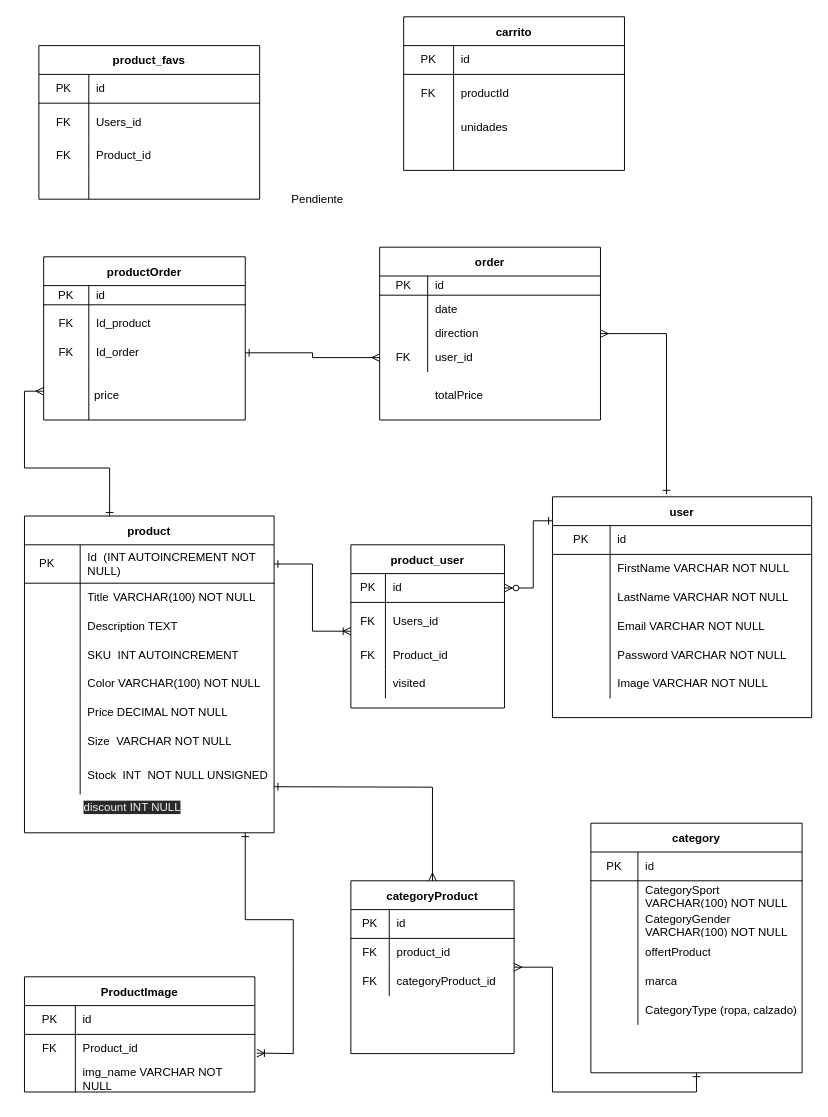
The draw.io diagram data/DER/Entity-Relation-Diagram.drawio in 0621CDFSNCN12LAED/grupo-08, before the edit. Source tidied: cells renumbered, new cells numbered last; positions are measured from the earlier drawing's top-left corner, leaving out a move shared by most shapes. Both pictures are drawn from the tidied source at 96%, with x=0, y=0 at pixel (24, 16).
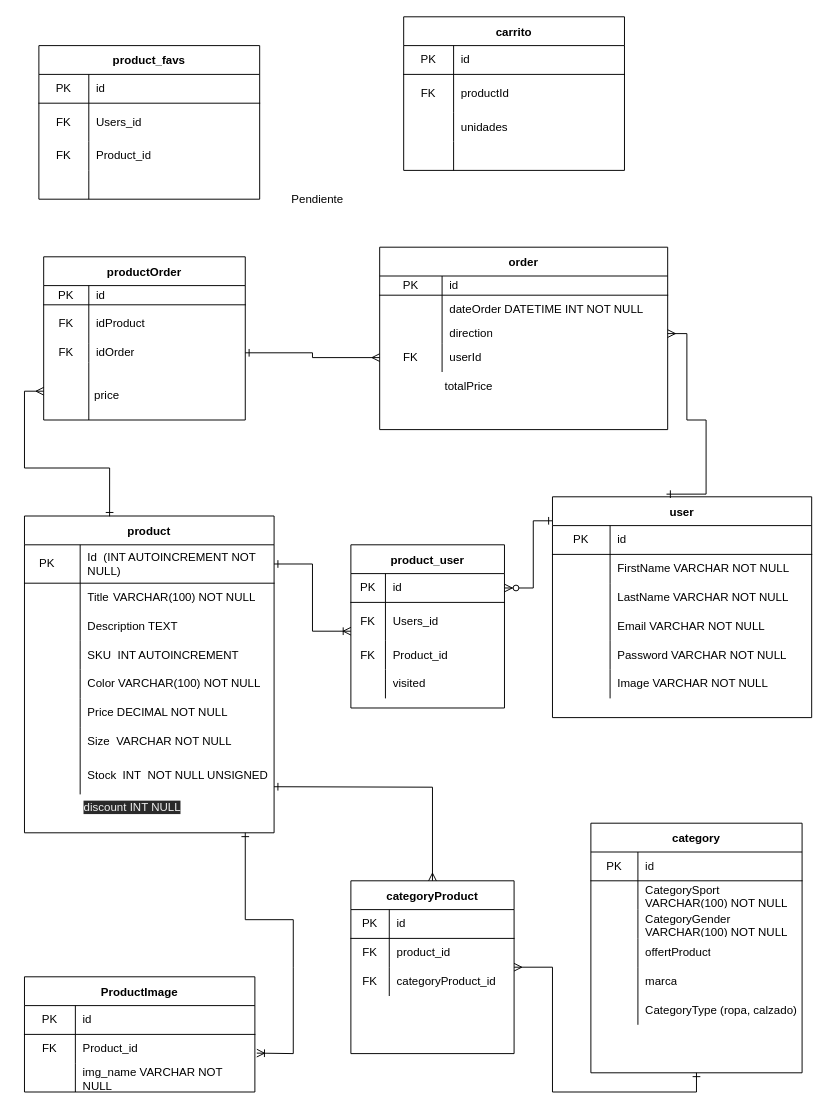
The same diagram, later.

Commit message (it also covers changes not shown here):
tabla de order y orderProduct

The change refers to these unchanged cells:
```xml
<mxCell id="52" value="user" style="shape=table;startSize=30;childLayout=tableLayout;rowLines=0;fontStyle=1;align=center;" parent="1" vertex="1">
  <mxGeometry x="550" y="500" width="270" height="230" as="geometry" />
</mxCell>
<mxCell id="134" style="shape=partialRectangle;html=1;whiteSpace=wrap;fillColor=none;top=0;left=0;bottom=0;right=0;" parent="130" vertex="1">
  <mxGeometry y="50" width="210" height="40" as="geometry" />
</mxCell>
<mxCell id="137" style="shape=partialRectangle;html=1;whiteSpace=wrap;fillColor=none;top=0;left=0;bottom=0;right=0;points=[[0,0.5],[1,0.5]];portConstraint=eastwest;" parent="130" vertex="1">
  <mxGeometry y="90" width="210" height="20" as="geometry" />
</mxCell>
```

Change to the diagram source:
```diff
@@
     <mxCell id="103" value="order" style="shape=table;startSize=30;childLayout=tableLayout;rowLines=0;fontStyle=1;align=center;" parent="1" vertex="1">
-      <mxGeometry x="370" y="240" width="230" height="180" as="geometry" />
+      <mxGeometry x="370" y="240" width="300" height="190" as="geometry" />
     </mxCell>
     <mxCell id="104" style="shape=partialRectangle;html=1;whiteSpace=wrap;fillColor=none;top=0;left=0;bottom=1;right=0;" parent="103" vertex="1">
-      <mxGeometry y="30" width="230" height="20" as="geometry" />
+      <mxGeometry y="30" width="300" height="20" as="geometry" />
     </mxCell>
     <mxCell id="105" value="PK" style="shape=partialRectangle;html=1;whiteSpace=wrap;fillColor=none;top=0;left=0;bottom=0;right=0;overflow=hidden;" parent="104" vertex="1">
-      <mxGeometry width="50" height="20" as="geometry" />
+      <mxGeometry width="65" height="20" as="geometry" />
     </mxCell>
     <mxCell id="106" value="id" style="shape=partialRectangle;html=1;whiteSpace=wrap;fillColor=none;top=0;left=0;bottom=0;right=0;align=left;spacingLeft=6;overflow=hidden;" parent="104" vertex="1">
-      <mxGeometry x="50" width="180" height="20" as="geometry" />
+      <mxGeometry x="65" width="235" height="20" as="geometry" />
     </mxCell>
     <mxCell id="107" style="shape=partialRectangle;html=1;whiteSpace=wrap;fillColor=none;top=0;left=0;bottom=0;right=0;" parent="103" vertex="1">
-      <mxGeometry y="50" width="230" height="30" as="geometry" />
+      <mxGeometry y="50" width="300" height="30" as="geometry" />
     </mxCell>
     <mxCell id="108" style="shape=partialRectangle;html=1;whiteSpace=wrap;fillColor=none;top=0;left=0;bottom=0;right=0;overflow=hidden;" parent="107" vertex="1">
-      <mxGeometry width="50" height="30" as="geometry" />
+      <mxGeometry width="65" height="30" as="geometry" />
     </mxCell>
-    <mxCell id="109" value="date" style="shape=partialRectangle;html=1;whiteSpace=wrap;fillColor=none;top=0;left=0;bottom=0;right=0;align=left;spacingLeft=6;overflow=hidden;" parent="107" vertex="1">
-      <mxGeometry x="50" width="180" height="30" as="geometry" />
+    <mxCell id="109" value="dateOrder DATETIME INT NOT NULL" style="shape=partialRectangle;html=1;whiteSpace=wrap;fillColor=none;top=0;left=0;bottom=0;right=0;align=left;spacingLeft=6;overflow=hidden;" parent="107" vertex="1">
+      <mxGeometry x="65" width="235" height="30" as="geometry" />
     </mxCell>
     <mxCell id="110" style="shape=partialRectangle;html=1;whiteSpace=wrap;fillColor=none;top=0;left=0;bottom=0;right=0;points=[[0,0.5],[1,0.5]];portConstraint=eastwest;" parent="103" vertex="1">
-      <mxGeometry y="80" width="230" height="20" as="geometry" />
+      <mxGeometry y="80" width="300" height="20" as="geometry" />
     </mxCell>
     <mxCell id="111" style="shape=partialRectangle;html=1;whiteSpace=wrap;fillColor=none;top=0;left=0;bottom=0;right=0;overflow=hidden;" parent="110" vertex="1">
-      <mxGeometry width="50" height="20" as="geometry" />
+      <mxGeometry width="65" height="20" as="geometry" />
     </mxCell>
     <mxCell id="112" value="direction" style="shape=partialRectangle;html=1;whiteSpace=wrap;fillColor=none;top=0;left=0;bottom=0;right=0;align=left;spacingLeft=6;overflow=hidden;" parent="110" vertex="1">
-      <mxGeometry x="50" width="180" height="20" as="geometry" />
+      <mxGeometry x="65" width="235" height="20" as="geometry" />
     </mxCell>
     <mxCell id="113" style="shape=partialRectangle;html=1;whiteSpace=wrap;fillColor=none;top=0;left=0;bottom=0;right=0;points=[[0,0.5],[1,0.5]];portConstraint=eastwest;" parent="103" vertex="1">
-      <mxGeometry y="100" width="230" height="30" as="geometry" />
+      <mxGeometry y="100" width="300" height="30" as="geometry" />
     </mxCell>
     <mxCell id="114" value="FK" style="shape=partialRectangle;html=1;whiteSpace=wrap;fillColor=none;top=0;left=0;bottom=0;right=0;overflow=hidden;" parent="113" vertex="1">
-      <mxGeometry width="50" height="30" as="geometry" />
+      <mxGeometry width="65" height="30" as="geometry" />
     </mxCell>
-    <mxCell id="115" value="user_id" style="shape=partialRectangle;html=1;whiteSpace=wrap;fillColor=none;top=0;left=0;bottom=0;right=0;align=left;spacingLeft=6;overflow=hidden;" parent="113" vertex="1">
-      <mxGeometry x="50" width="180" height="30" as="geometry" />
+    <mxCell id="115" value="userId" style="shape=partialRectangle;html=1;whiteSpace=wrap;fillColor=none;top=0;left=0;bottom=0;right=0;align=left;spacingLeft=6;overflow=hidden;" parent="113" vertex="1">
+      <mxGeometry x="65" width="235" height="30" as="geometry" />
     </mxCell>
@@
     <mxCell id="129" style="edgeStyle=orthogonalEdgeStyle;rounded=0;jettySize=auto;html=1;exitX=1;exitY=0.5;exitDx=0;exitDy=0;entryX=0.44;entryY=-0.012;entryDx=0;entryDy=0;entryPerimeter=0;endArrow=ERone;endFill=0;startArrow=ERmany;startFill=0;" parent="1" edge="1" source="110" target="52">
-      <mxGeometry relative="1" as="geometry" />
+      <mxGeometry relative="1" as="geometry">
+        <Array as="points">
+          <mxPoint x="690" y="330" />
+          <mxPoint x="690" y="420" />
+          <mxPoint x="710" y="420" />
+          <mxPoint x="710" y="497" />
+        </Array>
+      </mxGeometry>
     </mxCell>
@@
-    <mxCell id="136" value="Id_product" style="shape=partialRectangle;html=1;whiteSpace=wrap;fillColor=none;top=0;left=0;bottom=0;right=0;align=left;spacingLeft=6;overflow=hidden;" parent="134" vertex="1">
+    <mxCell id="136" value="idProduct" style="shape=partialRectangle;html=1;whiteSpace=wrap;fillColor=none;top=0;left=0;bottom=0;right=0;align=left;spacingLeft=6;overflow=hidden;" parent="134" vertex="1">
       <mxGeometry x="47" width="163" height="40" as="geometry" />
     </mxCell>
@@
-    <mxCell id="139" value="Id_order" style="shape=partialRectangle;html=1;whiteSpace=wrap;fillColor=none;top=0;left=0;bottom=0;right=0;align=left;spacingLeft=6;overflow=hidden;" parent="137" vertex="1">
+    <mxCell id="139" value="idOrder" style="shape=partialRectangle;html=1;whiteSpace=wrap;fillColor=none;top=0;left=0;bottom=0;right=0;align=left;spacingLeft=6;overflow=hidden;" parent="137" vertex="1">
       <mxGeometry x="47" width="163" height="20" as="geometry" />
     </mxCell>
@@
     <mxCell id="145" value="totalPrice" style="shape=partialRectangle;html=1;whiteSpace=wrap;fillColor=none;top=0;left=0;bottom=0;right=0;align=left;spacingLeft=6;overflow=hidden;" parent="1" vertex="1">
-      <mxGeometry x="420" y="380" width="180" height="30" as="geometry" />
+      <mxGeometry x="430" y="370" width="180" height="30" as="geometry" />
     </mxCell>
```
